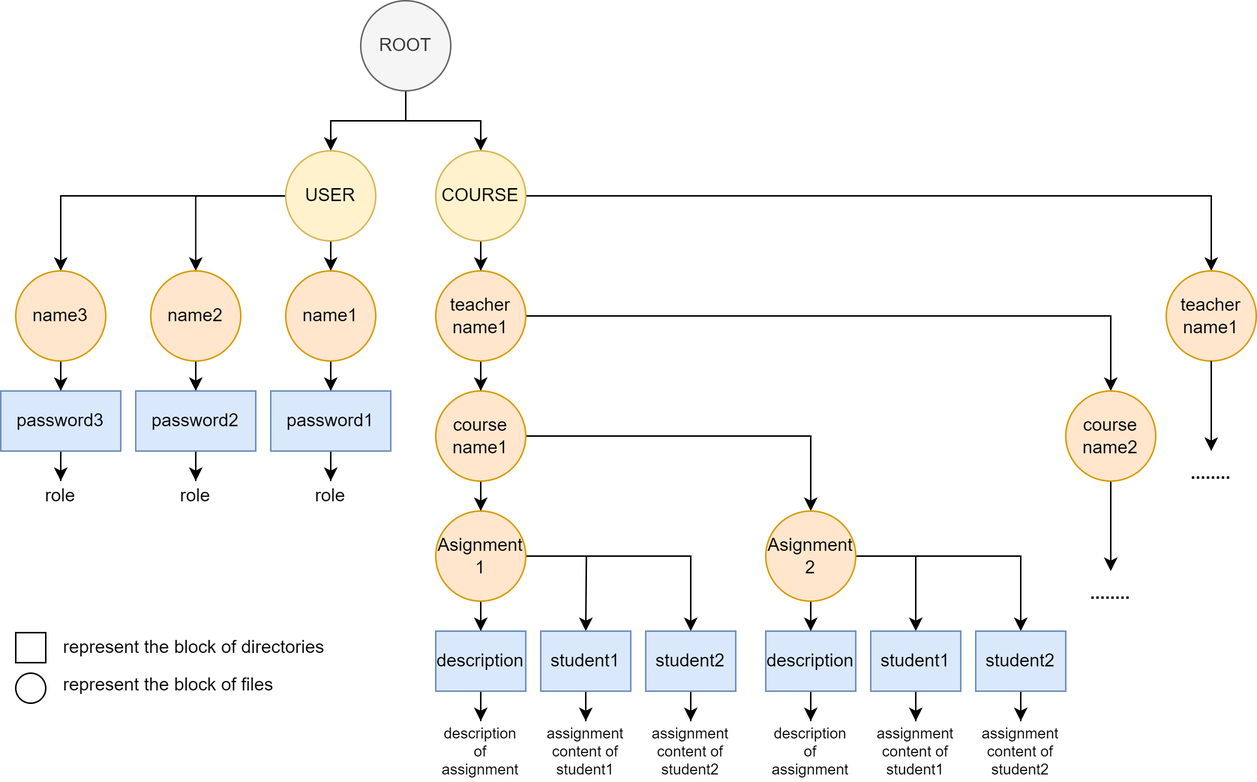
The draw.io diagram Images/TeachingSys.drawio.png in brightvrsdfd/SGMS, before a commit. Source tidied: cells renumbered, new cells last; positions are measured from the earlier drawing's top-left corner, leaving out a move shared by most shapes.
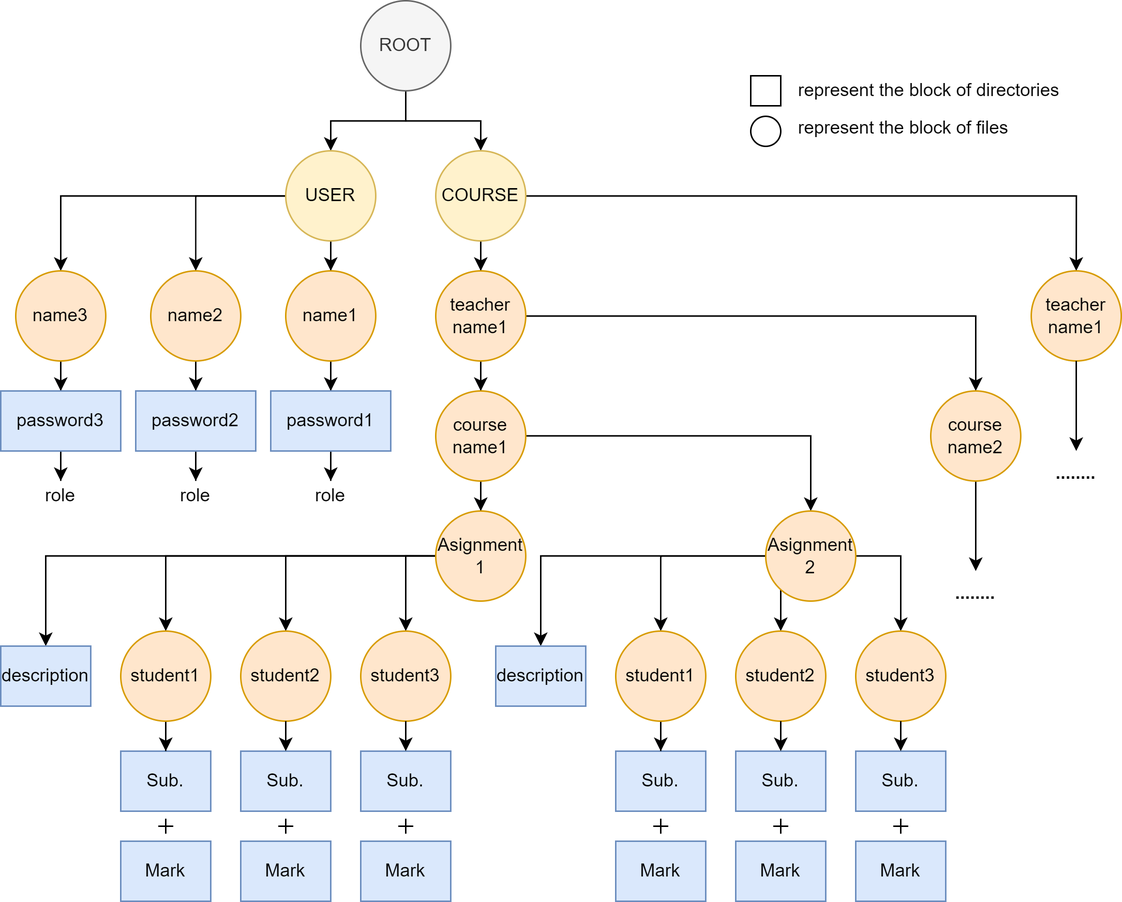
After the commit.

Change to the diagram source:
```diff
@@ -98,117 +98,198 @@
     <mxCell id="33" style="edgeStyle=orthogonalEdgeStyle;rounded=0;jettySize=auto;html=1;entryX=0.5;entryY=0;entryDx=0;entryDy=0;" parent="1" edge="1" source="36" target="38">
       <mxGeometry relative="1" as="geometry" />
     </mxCell>
-    <mxCell id="34" style="edgeStyle=orthogonalEdgeStyle;rounded=0;jettySize=auto;html=1;" parent="1" edge="1" source="36">
-      <mxGeometry relative="1" as="geometry">
-        <mxPoint x="390" y="420" as="targetPoint" />
-      </mxGeometry>
-    </mxCell>
-    <mxCell id="35" style="edgeStyle=orthogonalEdgeStyle;rounded=0;jettySize=auto;html=1;entryX=0.5;entryY=0;entryDx=0;entryDy=0;" parent="1" edge="1" source="36" target="42">
-      <mxGeometry relative="1" as="geometry" />
-    </mxCell>
+    <mxCell id="69" style="edgeStyle=orthogonalEdgeStyle;rounded=0;jettySize=auto;html=1;entryX=0.5;entryY=0;entryDx=0;entryDy=0;" parent="1" edge="1" source="36" target="76">
+      <mxGeometry relative="1" as="geometry" />
+    </mxCell>
+    <mxCell id="70" style="edgeStyle=orthogonalEdgeStyle;rounded=0;jettySize=auto;html=1;entryX=0.5;entryY=0;entryDx=0;entryDy=0;" parent="1" edge="1" source="36" target="77">
+      <mxGeometry relative="1" as="geometry" />
+    </mxCell>
+    <mxCell id="71" style="edgeStyle=orthogonalEdgeStyle;rounded=0;jettySize=auto;html=1;entryX=0.5;entryY=0;entryDx=0;entryDy=0;exitX=0;exitY=0.5;exitDx=0;exitDy=0;" parent="1" edge="1" source="36" target="78">
+      <mxGeometry relative="1" as="geometry" />
+    </mxCell>
     <mxCell id="36" value="Asignment&lt;br&gt;1" style="ellipse;whiteSpace=wrap;html=1;fillColor=#ffe6cc;strokeColor=#d79b00;" parent="1" vertex="1">
       <mxGeometry x="290" y="340" width="60" height="60" as="geometry" />
     </mxCell>
-    <mxCell id="37" style="edgeStyle=orthogonalEdgeStyle;rounded=0;jettySize=auto;html=1;entryX=0.5;entryY=0;entryDx=0;entryDy=0;" parent="1" edge="1" source="38" target="45">
-      <mxGeometry relative="1" as="geometry" />
-    </mxCell>
     <mxCell id="38" value="description" style="rounded=0;whiteSpace=wrap;html=1;fillColor=#dae8fc;strokeColor=#6c8ebf;" parent="1" vertex="1">
-      <mxGeometry x="290" y="420" width="60" height="40" as="geometry" />
+      <mxGeometry y="430" width="60" height="40" as="geometry" />
     </mxCell>
-    <mxCell id="39" style="edgeStyle=orthogonalEdgeStyle;rounded=0;jettySize=auto;html=1;entryX=0.5;entryY=0;entryDx=0;entryDy=0;" parent="1" edge="1" source="40" target="43">
-      <mxGeometry relative="1" as="geometry" />
-    </mxCell>
-    <mxCell id="40" value="student1" style="rounded=0;whiteSpace=wrap;html=1;fillColor=#dae8fc;strokeColor=#6c8ebf;" parent="1" vertex="1">
-      <mxGeometry x="360" y="420" width="60" height="40" as="geometry" />
+    <mxCell id="40" value="Sub." style="rounded=0;whiteSpace=wrap;html=1;fillColor=#dae8fc;strokeColor=#6c8ebf;" parent="1" vertex="1">
+      <mxGeometry x="80" y="500" width="60" height="40" as="geometry" />
     </mxCell>
-    <mxCell id="41" style="edgeStyle=orthogonalEdgeStyle;rounded=0;jettySize=auto;html=1;entryX=0.5;entryY=0;entryDx=0;entryDy=0;" parent="1" edge="1" source="42" target="44">
-      <mxGeometry relative="1" as="geometry" />
-    </mxCell>
-    <mxCell id="42" value="student2" style="rounded=0;whiteSpace=wrap;html=1;fillColor=#dae8fc;strokeColor=#6c8ebf;" parent="1" vertex="1">
-      <mxGeometry x="430" y="420" width="60" height="40" as="geometry" />
-    </mxCell>
-    <mxCell id="43" value="assignment&lt;br style=&quot;font-size: 10px;&quot;&gt;content of&lt;br style=&quot;font-size: 10px;&quot;&gt;student1" style="text;html=1;strokeColor=none;fillColor=none;align=center;verticalAlign=middle;whiteSpace=wrap;rounded=0;fontSize=10;" parent="1" vertex="1">
-      <mxGeometry x="360" y="480" width="60" height="40" as="geometry" />
-    </mxCell>
-    <mxCell id="44" value="assignment&lt;br style=&quot;font-size: 10px;&quot;&gt;content of&lt;br style=&quot;font-size: 10px;&quot;&gt;student2" style="text;html=1;strokeColor=none;fillColor=none;align=center;verticalAlign=middle;whiteSpace=wrap;rounded=0;fontSize=10;" parent="1" vertex="1">
-      <mxGeometry x="430" y="480" width="60" height="40" as="geometry" />
-    </mxCell>
-    <mxCell id="45" value="description&lt;br style=&quot;font-size: 10px;&quot;&gt;of assignment" style="text;html=1;strokeColor=none;fillColor=none;align=center;verticalAlign=middle;whiteSpace=wrap;rounded=0;fontSize=10;" parent="1" vertex="1">
-      <mxGeometry x="290" y="480" width="60" height="40" as="geometry" />
-    </mxCell>
-    <mxCell id="46" style="edgeStyle=orthogonalEdgeStyle;rounded=0;jettySize=auto;html=1;" parent="1" edge="1" source="49" target="55">
+    <mxCell id="46" style="edgeStyle=orthogonalEdgeStyle;rounded=0;jettySize=auto;html=1;entryX=0.5;entryY=0;entryDx=0;entryDy=0;" parent="1" edge="1" source="49" target="55">
       <mxGeometry relative="1" as="geometry" />
     </mxCell>
-    <mxCell id="47" style="edgeStyle=orthogonalEdgeStyle;rounded=0;jettySize=auto;html=1;entryX=0.5;entryY=0;entryDx=0;entryDy=0;" parent="1" edge="1" source="49" target="57">
-      <mxGeometry relative="1" as="geometry" />
-    </mxCell>
-    <mxCell id="48" style="edgeStyle=orthogonalEdgeStyle;rounded=0;jettySize=auto;html=1;entryX=0.5;entryY=0;entryDx=0;entryDy=0;" parent="1" edge="1" source="49" target="59">
-      <mxGeometry relative="1" as="geometry" />
-    </mxCell>
+    <mxCell id="72" style="edgeStyle=orthogonalEdgeStyle;rounded=0;jettySize=auto;html=1;entryX=0.5;entryY=0;entryDx=0;entryDy=0;" parent="1" edge="1" source="49" target="94">
+      <mxGeometry relative="1" as="geometry" />
+    </mxCell>
+    <mxCell id="73" style="edgeStyle=orthogonalEdgeStyle;rounded=0;jettySize=auto;html=1;entryX=0.5;entryY=0;entryDx=0;entryDy=0;" parent="1" edge="1" source="49" target="95">
+      <mxGeometry relative="1" as="geometry">
+        <Array as="points">
+          <mxPoint x="520" y="400" />
+          <mxPoint x="520" y="400" />
+        </Array>
+      </mxGeometry>
+    </mxCell>
+    <mxCell id="74" style="edgeStyle=orthogonalEdgeStyle;rounded=0;jettySize=auto;html=1;entryX=0.5;entryY=0;entryDx=0;entryDy=0;" parent="1" edge="1" source="49" target="96">
+      <mxGeometry relative="1" as="geometry">
+        <Array as="points">
+          <mxPoint x="600" y="370" />
+        </Array>
+      </mxGeometry>
+    </mxCell>
     <mxCell id="49" value="Asignment&lt;br&gt;2" style="ellipse;whiteSpace=wrap;html=1;fillColor=#ffe6cc;strokeColor=#d79b00;" parent="1" vertex="1">
       <mxGeometry x="510" y="340" width="60" height="60" as="geometry" />
     </mxCell>
     <mxCell id="50" style="rounded=0;whiteSpace=wrap;html=1;" parent="1" vertex="1">
-      <mxGeometry x="10" y="421" width="20" height="20" as="geometry" />
+      <mxGeometry x="500" y="50" width="20" height="20" as="geometry" />
     </mxCell>
     <mxCell id="51" style="ellipse;whiteSpace=wrap;html=1;" parent="1" vertex="1">
-      <mxGeometry x="10" y="448" width="20" height="20" as="geometry" />
+      <mxGeometry x="500" y="77" width="20" height="20" as="geometry" />
     </mxCell>
     <mxCell id="52" value="represent the block of directories" style="text;html=1;strokeColor=none;fillColor=none;align=left;verticalAlign=middle;whiteSpace=wrap;rounded=0;" parent="1" vertex="1">
-      <mxGeometry x="40" y="423.5" width="180" height="15" as="geometry" />
+      <mxGeometry x="530" y="52.5" width="180" height="15" as="geometry" />
     </mxCell>
     <mxCell id="53" value="represent the block of files" style="text;html=1;strokeColor=none;fillColor=none;align=left;verticalAlign=middle;whiteSpace=wrap;rounded=0;" parent="1" vertex="1">
-      <mxGeometry x="40" y="448" width="180" height="15" as="geometry" />
+      <mxGeometry x="530" y="77" width="180" height="15" as="geometry" />
     </mxCell>
-    <mxCell id="54" style="edgeStyle=orthogonalEdgeStyle;rounded=0;jettySize=auto;html=1;entryX=0.5;entryY=0;entryDx=0;entryDy=0;" parent="1" edge="1" source="55" target="62">
-      <mxGeometry relative="1" as="geometry" />
-    </mxCell>
-    <mxCell id="55" value="description" style="rounded=0;whiteSpace=wrap;html=1;fillColor=#dae8fc;strokeColor=#6c8ebf;" parent="1" vertex="1">
-      <mxGeometry x="510" y="420" width="60" height="40" as="geometry" />
-    </mxCell>
-    <mxCell id="56" style="edgeStyle=orthogonalEdgeStyle;rounded=0;jettySize=auto;html=1;entryX=0.5;entryY=0;entryDx=0;entryDy=0;" parent="1" edge="1" source="57" target="60">
-      <mxGeometry relative="1" as="geometry" />
-    </mxCell>
-    <mxCell id="57" value="student1" style="rounded=0;whiteSpace=wrap;html=1;fillColor=#dae8fc;strokeColor=#6c8ebf;" parent="1" vertex="1">
-      <mxGeometry x="580" y="420" width="60" height="40" as="geometry" />
-    </mxCell>
-    <mxCell id="58" style="edgeStyle=orthogonalEdgeStyle;rounded=0;jettySize=auto;html=1;entryX=0.5;entryY=0;entryDx=0;entryDy=0;" parent="1" edge="1" source="59" target="61">
-      <mxGeometry relative="1" as="geometry" />
-    </mxCell>
-    <mxCell id="59" value="student2" style="rounded=0;whiteSpace=wrap;html=1;fillColor=#dae8fc;strokeColor=#6c8ebf;" parent="1" vertex="1">
-      <mxGeometry x="650" y="420" width="60" height="40" as="geometry" />
-    </mxCell>
-    <mxCell id="60" value="assignment&lt;br style=&quot;font-size: 10px;&quot;&gt;content of&lt;br style=&quot;font-size: 10px;&quot;&gt;student1" style="text;html=1;strokeColor=none;fillColor=none;align=center;verticalAlign=middle;whiteSpace=wrap;rounded=0;fontSize=10;" parent="1" vertex="1">
-      <mxGeometry x="580" y="480" width="60" height="40" as="geometry" />
-    </mxCell>
-    <mxCell id="61" value="assignment&lt;br style=&quot;font-size: 10px;&quot;&gt;content of&lt;br style=&quot;font-size: 10px;&quot;&gt;student2" style="text;html=1;strokeColor=none;fillColor=none;align=center;verticalAlign=middle;whiteSpace=wrap;rounded=0;fontSize=10;" parent="1" vertex="1">
-      <mxGeometry x="650" y="480" width="60" height="40" as="geometry" />
-    </mxCell>
-    <mxCell id="62" value="description&lt;br style=&quot;font-size: 10px;&quot;&gt;of assignment" style="text;html=1;strokeColor=none;fillColor=none;align=center;verticalAlign=middle;whiteSpace=wrap;rounded=0;fontSize=10;" parent="1" vertex="1">
-      <mxGeometry x="510" y="480" width="60" height="40" as="geometry" />
-    </mxCell>
     <mxCell id="63" style="edgeStyle=orthogonalEdgeStyle;rounded=0;jettySize=auto;html=1;" parent="1" edge="1" source="64">
       <mxGeometry relative="1" as="geometry">
-        <mxPoint x="740" y="380" as="targetPoint" />
+        <mxPoint x="650" y="380" as="targetPoint" />
       </mxGeometry>
     </mxCell>
     <mxCell id="64" value="course&lt;br&gt;name2" style="ellipse;whiteSpace=wrap;html=1;fillColor=#ffe6cc;strokeColor=#d79b00;" parent="1" vertex="1">
-      <mxGeometry x="710" y="260" width="60" height="60" as="geometry" />
+      <mxGeometry x="620" y="260" width="60" height="60" as="geometry" />
     </mxCell>
     <mxCell id="65" value="&lt;b&gt;........&lt;/b&gt;" style="text;html=1;strokeColor=none;fillColor=none;align=center;verticalAlign=middle;whiteSpace=wrap;rounded=0;" parent="1" vertex="1">
-      <mxGeometry x="710" y="380" width="60" height="30" as="geometry" />
+      <mxGeometry x="620" y="380" width="60" height="30" as="geometry" />
     </mxCell>
     <mxCell id="66" value="teacher&lt;br&gt;name1" style="ellipse;whiteSpace=wrap;html=1;fillColor=#ffe6cc;strokeColor=#d79b00;" parent="1" vertex="1">
-      <mxGeometry x="777" y="180" width="60" height="60" as="geometry" />
+      <mxGeometry x="687" y="180" width="60" height="60" as="geometry" />
     </mxCell>
     <mxCell id="67" style="edgeStyle=orthogonalEdgeStyle;rounded=0;orthogonalLoop=1;jettySize=auto;html=1;" parent="1" edge="1">
       <mxGeometry relative="1" as="geometry">
-        <mxPoint x="807" y="240" as="sourcePoint" />
-        <mxPoint x="807" y="300" as="targetPoint" />
+        <mxPoint x="717" y="240" as="sourcePoint" />
+        <mxPoint x="717" y="300" as="targetPoint" />
       </mxGeometry>
     </mxCell>
     <mxCell id="68" value="&lt;b&gt;........&lt;/b&gt;" style="text;html=1;strokeColor=none;fillColor=none;align=center;verticalAlign=middle;whiteSpace=wrap;rounded=0;" parent="1" vertex="1">
-      <mxGeometry x="777" y="300" width="60" height="30" as="geometry" />
+      <mxGeometry x="687" y="300" width="60" height="30" as="geometry" />
     </mxCell>
+    <mxCell id="75" style="edgeStyle=orthogonalEdgeStyle;rounded=0;jettySize=auto;html=1;entryX=0.5;entryY=0;entryDx=0;entryDy=0;" parent="1" edge="1" source="76" target="40">
+      <mxGeometry relative="1" as="geometry" />
+    </mxCell>
+    <mxCell id="76" value="student1" style="ellipse;whiteSpace=wrap;html=1;fillColor=#ffe6cc;strokeColor=#d79b00;" parent="1" vertex="1">
+      <mxGeometry x="80" y="420" width="60" height="60" as="geometry" />
+    </mxCell>
+    <mxCell id="77" value="student2" style="ellipse;whiteSpace=wrap;html=1;fillColor=#ffe6cc;strokeColor=#d79b00;" parent="1" vertex="1">
+      <mxGeometry x="160" y="420" width="60" height="60" as="geometry" />
+    </mxCell>
+    <mxCell id="78" value="student3" style="ellipse;whiteSpace=wrap;html=1;fillColor=#ffe6cc;strokeColor=#d79b00;" parent="1" vertex="1">
+      <mxGeometry x="240" y="420" width="60" height="60" as="geometry" />
+    </mxCell>
+    <mxCell id="79" value="Mark" style="rounded=0;whiteSpace=wrap;html=1;fillColor=#dae8fc;strokeColor=#6c8ebf;" parent="1" vertex="1">
+      <mxGeometry x="80" y="560" width="60" height="40" as="geometry" />
+    </mxCell>
+    <mxCell id="80" style="line;strokeWidth=1;html=1;" parent="1" vertex="1">
+      <mxGeometry x="105" y="545" width="10" height="10" as="geometry" />
+    </mxCell>
+    <mxCell id="81" style="line;strokeWidth=1;html=1;rotation=-90;" parent="1" vertex="1">
+      <mxGeometry x="105" y="545" width="10" height="10" as="geometry" />
+    </mxCell>
+    <mxCell id="82" value="Sub." style="rounded=0;whiteSpace=wrap;html=1;fillColor=#dae8fc;strokeColor=#6c8ebf;" parent="1" vertex="1">
+      <mxGeometry x="160" y="500" width="60" height="40" as="geometry" />
+    </mxCell>
+    <mxCell id="83" style="edgeStyle=orthogonalEdgeStyle;rounded=0;jettySize=auto;html=1;entryX=0.5;entryY=0;entryDx=0;entryDy=0;" parent="1" edge="1" target="82">
+      <mxGeometry relative="1" as="geometry">
+        <mxPoint x="190" y="480" as="sourcePoint" />
+      </mxGeometry>
+    </mxCell>
+    <mxCell id="84" value="Mark" style="rounded=0;whiteSpace=wrap;html=1;fillColor=#dae8fc;strokeColor=#6c8ebf;" parent="1" vertex="1">
+      <mxGeometry x="160" y="560" width="60" height="40" as="geometry" />
+    </mxCell>
+    <mxCell id="85" style="line;strokeWidth=1;html=1;" parent="1" vertex="1">
+      <mxGeometry x="185" y="545" width="10" height="10" as="geometry" />
+    </mxCell>
+    <mxCell id="86" style="line;strokeWidth=1;html=1;rotation=-90;" parent="1" vertex="1">
+      <mxGeometry x="185" y="545" width="10" height="10" as="geometry" />
+    </mxCell>
+    <mxCell id="87" value="Sub." style="rounded=0;whiteSpace=wrap;html=1;fillColor=#dae8fc;strokeColor=#6c8ebf;" parent="1" vertex="1">
+      <mxGeometry x="240" y="500" width="60" height="40" as="geometry" />
+    </mxCell>
+    <mxCell id="88" style="edgeStyle=orthogonalEdgeStyle;rounded=0;jettySize=auto;html=1;entryX=0.5;entryY=0;entryDx=0;entryDy=0;" parent="1" edge="1" target="87">
+      <mxGeometry relative="1" as="geometry">
+        <mxPoint x="270" y="480" as="sourcePoint" />
+      </mxGeometry>
+    </mxCell>
+    <mxCell id="89" value="Mark" style="rounded=0;whiteSpace=wrap;html=1;fillColor=#dae8fc;strokeColor=#6c8ebf;" parent="1" vertex="1">
+      <mxGeometry x="240" y="560" width="60" height="40" as="geometry" />
+    </mxCell>
+    <mxCell id="90" style="line;strokeWidth=1;html=1;" parent="1" vertex="1">
+      <mxGeometry x="265" y="545" width="10" height="10" as="geometry" />
+    </mxCell>
+    <mxCell id="91" style="line;strokeWidth=1;html=1;rotation=-90;" parent="1" vertex="1">
+      <mxGeometry x="265" y="545" width="10" height="10" as="geometry" />
+    </mxCell>
+    <mxCell id="55" value="description" style="rounded=0;whiteSpace=wrap;html=1;fillColor=#dae8fc;strokeColor=#6c8ebf;" parent="1" vertex="1">
+      <mxGeometry x="330" y="430" width="60" height="40" as="geometry" />
+    </mxCell>
+    <mxCell id="92" value="Sub." style="rounded=0;whiteSpace=wrap;html=1;fillColor=#dae8fc;strokeColor=#6c8ebf;" parent="1" vertex="1">
+      <mxGeometry x="410" y="500" width="60" height="40" as="geometry" />
+    </mxCell>
+    <mxCell id="93" style="edgeStyle=orthogonalEdgeStyle;rounded=0;jettySize=auto;html=1;entryX=0.5;entryY=0;entryDx=0;entryDy=0;" parent="1" edge="1" source="94" target="92">
+      <mxGeometry relative="1" as="geometry" />
+    </mxCell>
+    <mxCell id="94" value="student1" style="ellipse;whiteSpace=wrap;html=1;fillColor=#ffe6cc;strokeColor=#d79b00;" parent="1" vertex="1">
+      <mxGeometry x="410" y="420" width="60" height="60" as="geometry" />
+    </mxCell>
+    <mxCell id="95" value="student2" style="ellipse;whiteSpace=wrap;html=1;fillColor=#ffe6cc;strokeColor=#d79b00;" parent="1" vertex="1">
+      <mxGeometry x="490" y="420" width="60" height="60" as="geometry" />
+    </mxCell>
+    <mxCell id="96" value="student3" style="ellipse;whiteSpace=wrap;html=1;fillColor=#ffe6cc;strokeColor=#d79b00;" parent="1" vertex="1">
+      <mxGeometry x="570" y="420" width="60" height="60" as="geometry" />
+    </mxCell>
+    <mxCell id="97" value="Mark" style="rounded=0;whiteSpace=wrap;html=1;fillColor=#dae8fc;strokeColor=#6c8ebf;" parent="1" vertex="1">
+      <mxGeometry x="410" y="560" width="60" height="40" as="geometry" />
+    </mxCell>
+    <mxCell id="98" style="line;strokeWidth=1;html=1;" parent="1" vertex="1">
+      <mxGeometry x="435" y="545" width="10" height="10" as="geometry" />
+    </mxCell>
+    <mxCell id="99" style="line;strokeWidth=1;html=1;rotation=-90;" parent="1" vertex="1">
+      <mxGeometry x="435" y="545" width="10" height="10" as="geometry" />
+    </mxCell>
+    <mxCell id="100" value="Sub." style="rounded=0;whiteSpace=wrap;html=1;fillColor=#dae8fc;strokeColor=#6c8ebf;" parent="1" vertex="1">
+      <mxGeometry x="490" y="500" width="60" height="40" as="geometry" />
+    </mxCell>
+    <mxCell id="101" style="edgeStyle=orthogonalEdgeStyle;rounded=0;jettySize=auto;html=1;entryX=0.5;entryY=0;entryDx=0;entryDy=0;" parent="1" edge="1" target="100">
+      <mxGeometry relative="1" as="geometry">
+        <mxPoint x="520" y="480" as="sourcePoint" />
+      </mxGeometry>
+    </mxCell>
+    <mxCell id="102" value="Mark" style="rounded=0;whiteSpace=wrap;html=1;fillColor=#dae8fc;strokeColor=#6c8ebf;" parent="1" vertex="1">
+      <mxGeometry x="490" y="560" width="60" height="40" as="geometry" />
+    </mxCell>
+    <mxCell id="103" style="line;strokeWidth=1;html=1;" parent="1" vertex="1">
+      <mxGeometry x="515" y="545" width="10" height="10" as="geometry" />
+    </mxCell>
+    <mxCell id="104" style="line;strokeWidth=1;html=1;rotation=-90;" parent="1" vertex="1">
+      <mxGeometry x="515" y="545" width="10" height="10" as="geometry" />
+    </mxCell>
+    <mxCell id="105" value="Sub." style="rounded=0;whiteSpace=wrap;html=1;fillColor=#dae8fc;strokeColor=#6c8ebf;" parent="1" vertex="1">
+      <mxGeometry x="570" y="500" width="60" height="40" as="geometry" />
+    </mxCell>
+    <mxCell id="106" style="edgeStyle=orthogonalEdgeStyle;rounded=0;jettySize=auto;html=1;entryX=0.5;entryY=0;entryDx=0;entryDy=0;" parent="1" edge="1" target="105">
+      <mxGeometry relative="1" as="geometry">
+        <mxPoint x="600" y="480" as="sourcePoint" />
+      </mxGeometry>
+    </mxCell>
+    <mxCell id="107" value="Mark" style="rounded=0;whiteSpace=wrap;html=1;fillColor=#dae8fc;strokeColor=#6c8ebf;" parent="1" vertex="1">
+      <mxGeometry x="570" y="560" width="60" height="40" as="geometry" />
+    </mxCell>
+    <mxCell id="108" style="line;strokeWidth=1;html=1;" parent="1" vertex="1">
+      <mxGeometry x="595" y="545" width="10" height="10" as="geometry" />
+    </mxCell>
+    <mxCell id="109" style="line;strokeWidth=1;html=1;rotation=-90;" parent="1" vertex="1">
+      <mxGeometry x="595" y="545" width="10" height="10" as="geometry" />
+    </mxCell>
   </root>
 </mxGraphModel>
```
